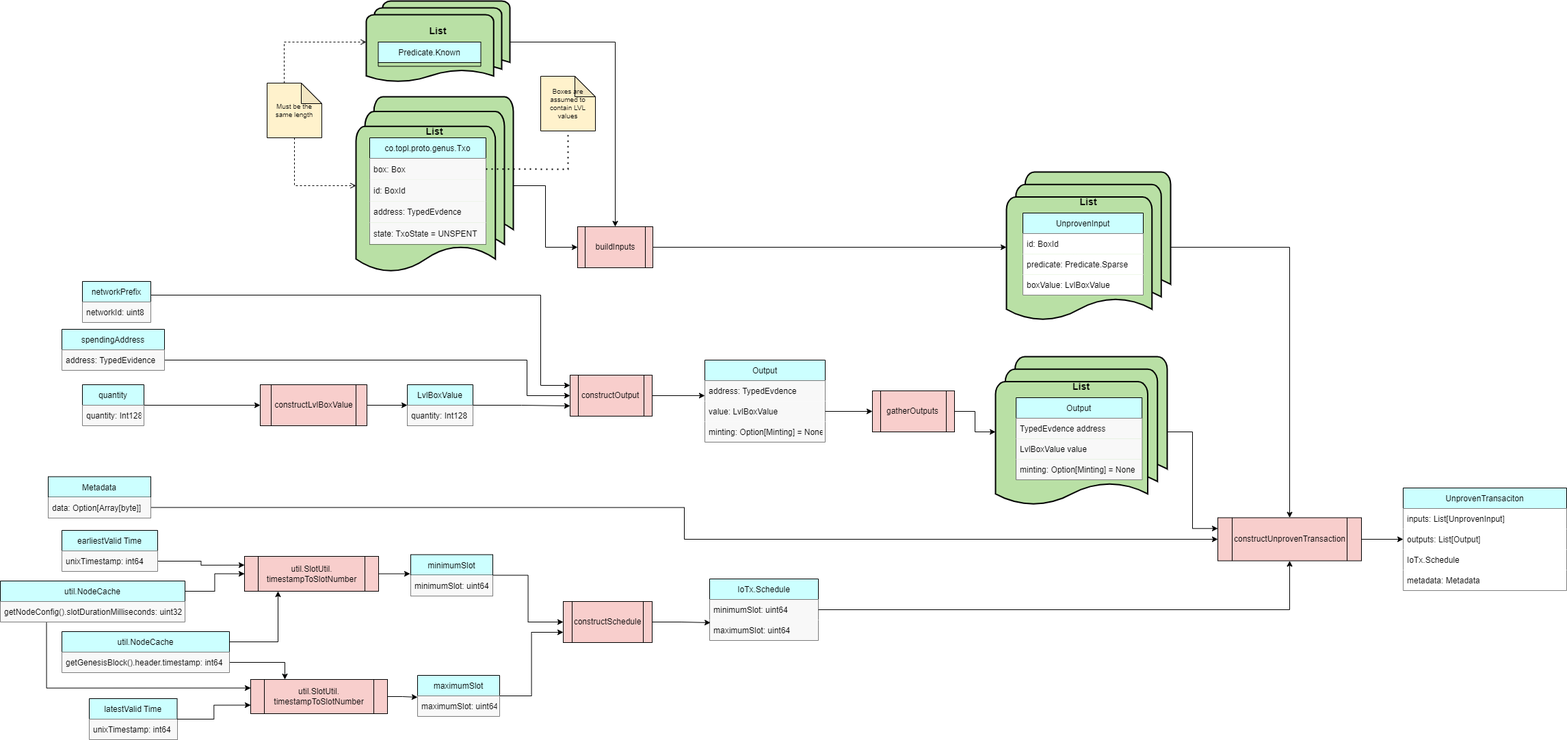
Above: docs/Modules/NativeTransactor/transaction_builder.drawio.png in Topl/BramblSc-docs (draw.io), before the change. Source tidied: cells renumbered, new cells last; positions are measured from the earlier drawing's top-left corner, leaving out a move shared by most shapes.
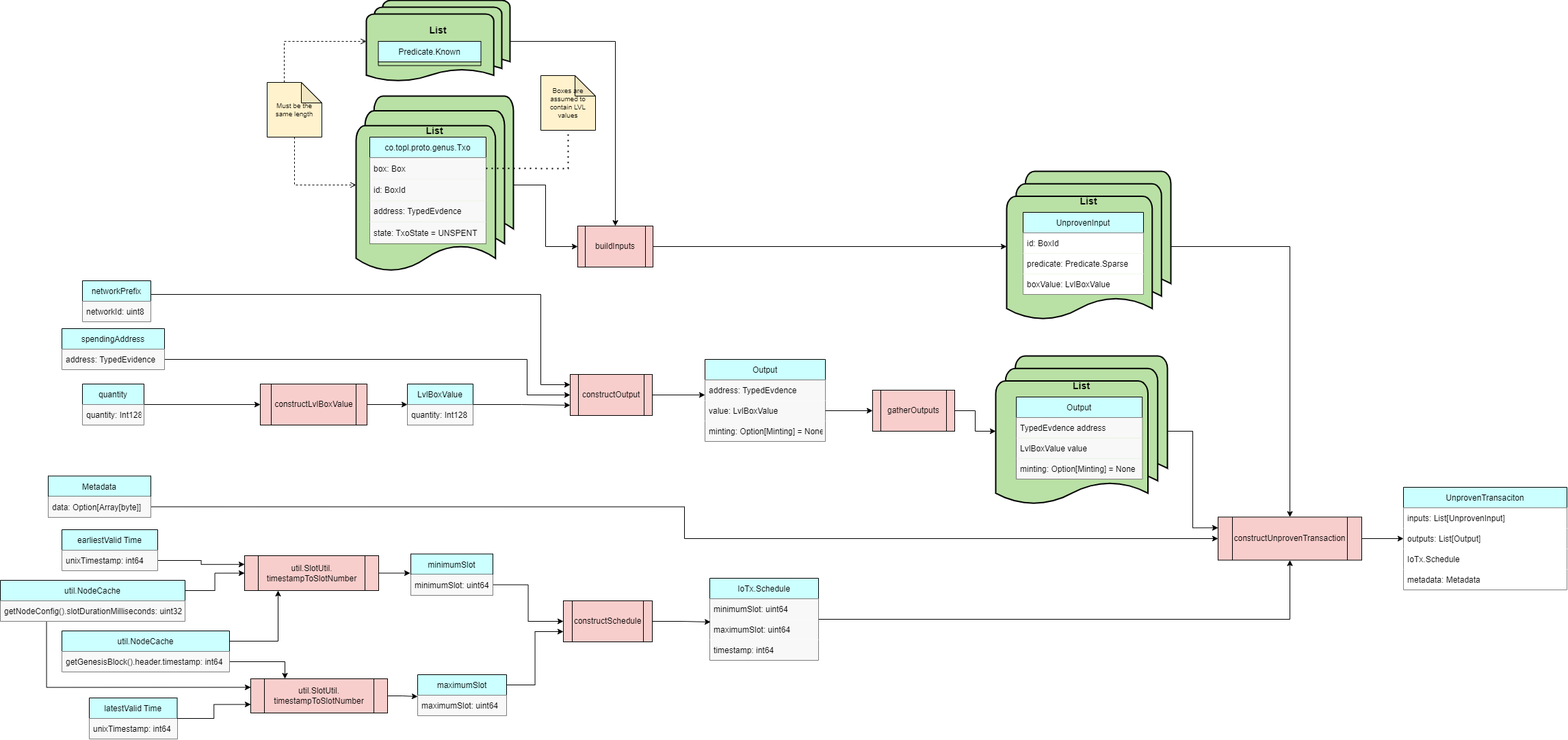
The same diagram one commit later.

What changed in the source:
```diff
@@ -9,7 +9,7 @@
       <mxGeometry x="1780" y="755.5" width="210" height="63" as="geometry" />
     </mxCell>
     <mxCell id="4" value="IoTx.Schedule" style="swimlane;fontStyle=0;horizontal=1;startSize=30;fillColor=#CCFFFF;" parent="1" vertex="1">
-      <mxGeometry x="1037" y="845" width="159" height="90" as="geometry" />
+      <mxGeometry x="1037" y="845" width="159" height="120" as="geometry" />
     </mxCell>
     <mxCell id="5" value="minimumSlot: uint64" style="text;strokeColor=none;fillColor=#F8F8F8;align=left;verticalAlign=middle;spacingLeft=4;spacingRight=4;overflow=hidden;" parent="4" vertex="1">
       <mxGeometry y="30" width="159" height="30" as="geometry" />
@@ -17,6 +17,9 @@
     <mxCell id="6" value="maximumSlot: uint64" style="text;strokeColor=none;fillColor=#F8F8F8;align=left;verticalAlign=middle;spacingLeft=4;spacingRight=4;overflow=hidden;" parent="4" vertex="1">
       <mxGeometry y="60" width="159" height="30" as="geometry" />
     </mxCell>
+    <mxCell id="97" value="timestamp: int64" style="text;strokeColor=none;fillColor=#F8F8F8;align=left;verticalAlign=middle;spacingLeft=4;spacingRight=4;overflow=hidden;" parent="4" vertex="1">
+      <mxGeometry y="90" width="159" height="30" as="geometry" />
+    </mxCell>
     <mxCell id="7" style="edgeStyle=orthogonalEdgeStyle;rounded=0;jettySize=auto;html=1;entryX=0.007;entryY=1.133;entryDx=0;entryDy=0;entryPerimeter=0;exitX=1;exitY=0.5;exitDx=0;exitDy=0;" parent="1" edge="1" source="8">
       <mxGeometry relative="1" as="geometry">
         <mxPoint x="1038.1" y="909" as="targetPoint" />
@@ -25,7 +28,7 @@
     <mxCell id="8" value="constructSchedule" style="shape=process;whiteSpace=wrap;html=1;backgroundOutline=1;fillColor=#F8CECC;" parent="1" vertex="1">
       <mxGeometry x="823" y="878" width="130" height="60" as="geometry" />
     </mxCell>
-    <mxCell id="9" style="edgeStyle=orthogonalEdgeStyle;rounded=0;jettySize=auto;html=1;entryX=0;entryY=0.5;entryDx=0;entryDy=0;" parent="1" edge="1" source="10" target="8">
+    <mxCell id="9" style="edgeStyle=orthogonalEdgeStyle;rounded=0;jettySize=auto;html=1;entryX=0;entryY=0.5;entryDx=0;entryDy=0;exitX=1;exitY=0.5;exitDx=0;exitDy=0;" parent="1" edge="1" source="11" target="8">
       <mxGeometry relative="1" as="geometry" />
     </mxCell>
     <mxCell id="10" value="minimumSlot" style="swimlane;fontStyle=0;horizontal=1;startSize=30;fillColor=#CCFFFF;" parent="1" vertex="1">
@@ -34,14 +37,14 @@
     <mxCell id="11" value="minimumSlot: uint64" style="text;strokeColor=none;fillColor=#F8F8F8;align=left;verticalAlign=middle;spacingLeft=4;spacingRight=4;overflow=hidden;points=[[0,0.5],[1,0.5]];portConstraint=eastwest;" parent="10" vertex="1">
       <mxGeometry y="30" width="120" height="30" as="geometry" />
     </mxCell>
-    <mxCell id="12" style="edgeStyle=orthogonalEdgeStyle;rounded=0;jettySize=auto;html=1;entryX=0;entryY=0.75;entryDx=0;entryDy=0;exitX=1;exitY=0.5;exitDx=0;exitDy=0;" parent="1" edge="1" source="13" target="8">
+    <mxCell id="12" style="edgeStyle=orthogonalEdgeStyle;rounded=0;jettySize=auto;html=1;entryX=0;entryY=0.75;entryDx=0;entryDy=0;exitX=1;exitY=0.25;exitDx=0;exitDy=0;" parent="1" edge="1" source="13" target="8">
       <mxGeometry relative="1" as="geometry" />
     </mxCell>
     <mxCell id="13" value="maximumSlot" style="swimlane;fontStyle=0;horizontal=1;startSize=30;fillColor=#CCFFFF;" parent="1" vertex="1">
-      <mxGeometry x="610" y="986" width="120" height="60" as="geometry" />
+      <mxGeometry x="610" y="986" width="130" height="60" as="geometry" />
     </mxCell>
     <mxCell id="14" value="maximumSlot: uint64" style="text;strokeColor=none;fillColor=#F8F8F8;align=left;verticalAlign=middle;spacingLeft=4;spacingRight=4;overflow=hidden;points=[[0,0.5],[1,0.5]];portConstraint=eastwest;" parent="13" vertex="1">
-      <mxGeometry y="30" width="120" height="30" as="geometry" />
+      <mxGeometry y="30" width="130" height="30" as="geometry" />
     </mxCell>
     <mxCell id="15" style="group;" parent="1" vertex="1">
       <mxGeometry x="520" y="170" width="230" height="230" as="geometry" />
```
